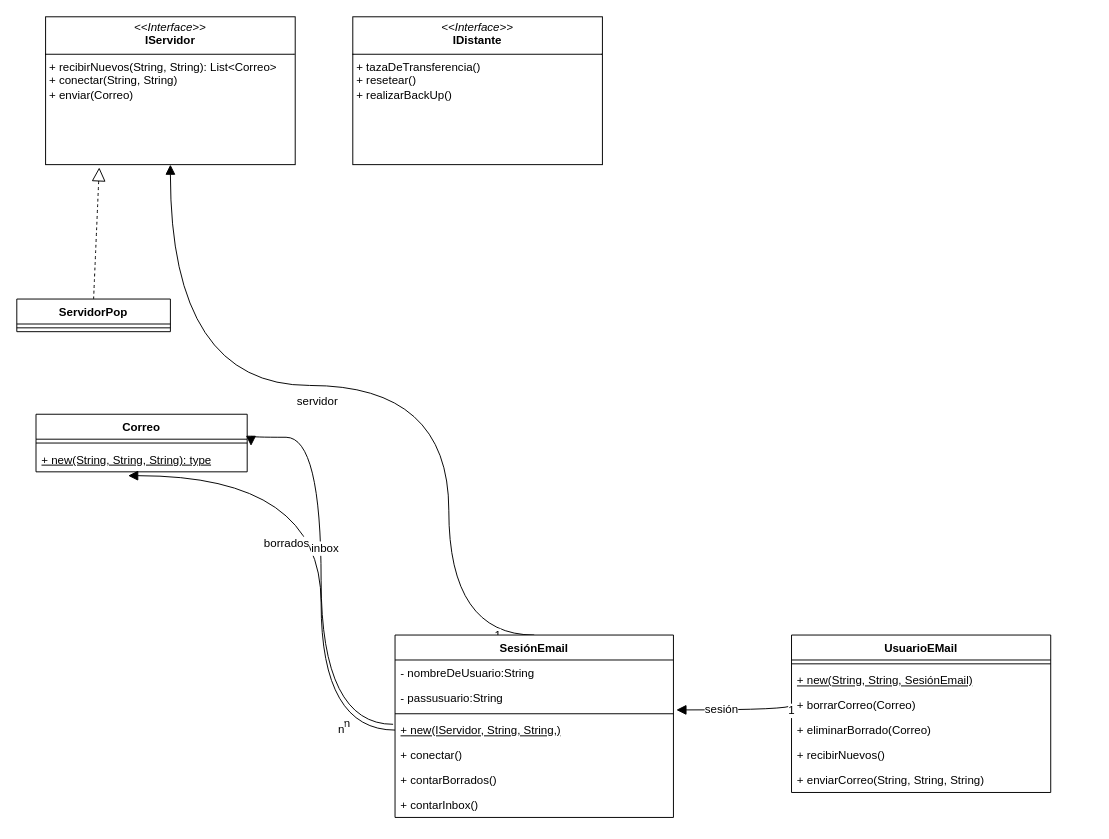
Matias-Francisco-Deo/Objetos-II keeps this draw.io diagram as src/tpsolid/tpsolid.drawio. Above is the earlier version. Source tidied: cells renumbered, new cells numbered last; positions are measured from the earlier drawing's top-left corner, leaving out a move shared by most shapes. Both pictures are drawn from the tidied source at 96%, with x=0, y=0 at pixel (16, 16).
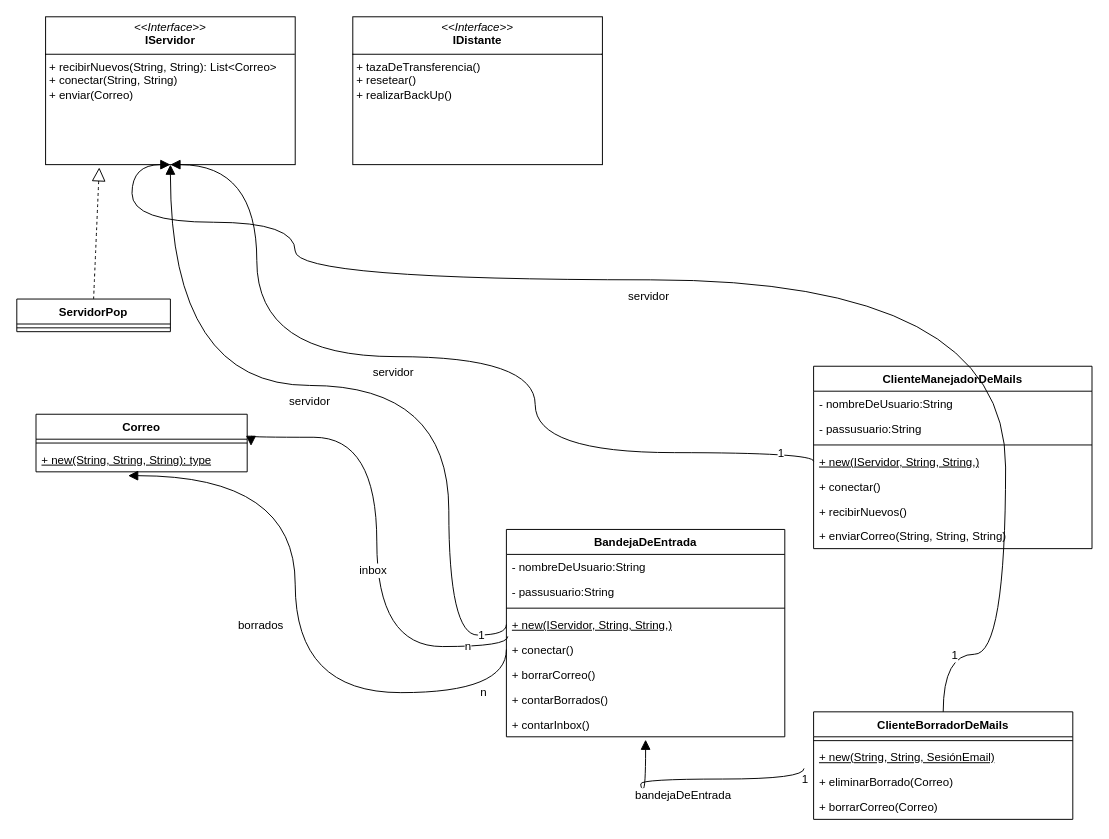
The same diagram, later.

The change refers to these unchanged cells:
```xml
<mxCell id="7" value="&lt;u&gt;+ new(String, String, String): type&lt;/u&gt;" style="text;strokeColor=none;fillColor=none;align=left;verticalAlign=top;spacingLeft=4;spacingRight=4;overflow=hidden;points=[[0,0.5],[1,0.5]];portConstraint=eastwest;whiteSpace=wrap;html=1;" parent="5" vertex="1">
  <mxGeometry y="34" width="220" height="26" as="geometry" />
</mxCell>
<mxCell id="10" value="&lt;p style=&quot;margin:0px;margin-top:4px;text-align:center;&quot;&gt;&lt;i&gt;&amp;lt;&amp;lt;Interface&amp;gt;&amp;gt;&lt;/i&gt;&lt;br&gt;&lt;b&gt;IServidor&lt;/b&gt;&lt;/p&gt;&lt;hr size=&quot;1&quot; style=&quot;border-style:solid;&quot;&gt;&lt;p style=&quot;margin:0px;margin-left:4px;&quot;&gt;+ recibirNuevos(String, String): List&amp;lt;Correo&amp;gt;&lt;br&gt;+ conectar(String, String)&lt;/p&gt;&lt;p style=&quot;margin:0px;margin-left:4px;&quot;&gt;+ enviar(Correo)&lt;br&gt;&lt;/p&gt;&lt;p style=&quot;margin:0px;margin-left:4px;&quot;&gt;&lt;br&gt;&lt;/p&gt;" style="verticalAlign=top;align=left;overflow=fill;html=1;whiteSpace=wrap;" parent="1" vertex="1">
  <mxGeometry x="30" width="260" height="154" as="geometry" />
</mxCell>
```

The edit, as a diff of the source:
```diff
@@
-    <mxCell id="2" style="endArrow=block;endFill=1;html=1;edgeStyle=orthogonalEdgeStyle;align=left;verticalAlign=top;rounded=0;fontSize=12;startSize=8;endSize=8;curved=1;exitX=0.5;exitY=0;exitDx=0;exitDy=0;entryX=0.5;entryY=1;entryDx=0;entryDy=0;" parent="1" edge="1" source="18" target="10">
+    <mxCell id="2" style="endArrow=block;endFill=1;html=1;edgeStyle=orthogonalEdgeStyle;align=left;verticalAlign=top;rounded=0;fontSize=12;startSize=8;endSize=8;curved=1;exitX=0;exitY=0.5;exitDx=0;exitDy=0;entryX=0.5;entryY=1;entryDx=0;entryDy=0;" parent="1" edge="1" source="50" target="10">
       <mxGeometry x="-1" relative="1" as="geometry">
         <Array as="points">
+          <mxPoint x="510" y="644" />
           <mxPoint x="450" y="644" />
           <mxPoint x="450" y="384" />
           <mxPoint x="160" y="384" />
         </Array>
       </mxGeometry>
     </mxCell>
@@
-    <mxCell id="12" style="endArrow=block;endFill=1;html=1;edgeStyle=orthogonalEdgeStyle;align=left;verticalAlign=top;rounded=0;fontSize=12;startSize=8;endSize=8;curved=1;exitX=-0.007;exitY=0.269;exitDx=0;exitDy=0;exitPerimeter=0;entryX=1.018;entryY=-0.038;entryDx=0;entryDy=0;entryPerimeter=0;" parent="1" edge="1" source="22" target="7">
+    <mxCell id="12" style="endArrow=block;endFill=1;html=1;edgeStyle=orthogonalEdgeStyle;align=left;verticalAlign=top;rounded=0;fontSize=12;startSize=8;endSize=8;curved=1;exitX=0.005;exitY=0.979;exitDx=0;exitDy=0;exitPerimeter=0;entryX=1.018;entryY=-0.038;entryDx=0;entryDy=0;entryPerimeter=0;" parent="1" edge="1" source="50" target="7">
       <mxGeometry x="-1" relative="1" as="geometry" />
     </mxCell>
@@
-    <mxCell id="14" style="endArrow=block;endFill=1;html=1;edgeStyle=orthogonalEdgeStyle;align=left;verticalAlign=top;rounded=0;fontSize=12;startSize=8;endSize=8;curved=1;exitX=0;exitY=0.5;exitDx=0;exitDy=0;entryX=0.436;entryY=1.154;entryDx=0;entryDy=0;entryPerimeter=0;" parent="1" edge="1" source="22" target="7">
-      <mxGeometry x="-1" relative="1" as="geometry" />
+    <mxCell id="14" style="endArrow=block;endFill=1;html=1;edgeStyle=orthogonalEdgeStyle;align=left;verticalAlign=top;rounded=0;fontSize=12;startSize=8;endSize=8;curved=1;exitX=0;exitY=0.5;exitDx=0;exitDy=0;entryX=0.436;entryY=1.154;entryDx=0;entryDy=0;entryPerimeter=0;" parent="1" edge="1" source="51" target="7">
+      <mxGeometry x="-1" relative="1" as="geometry">
+        <Array as="points">
+          <mxPoint x="510" y="704" />
+          <mxPoint x="290" y="704" />
+          <mxPoint x="290" y="478" />
+        </Array>
+      </mxGeometry>
     </mxCell>
     <mxCell id="15" value="inbox" style="edgeLabel;html=1;align=center;verticalAlign=middle;fontSize=12;" parent="14" vertex="1">
       <mxGeometry x="-0.19" y="-3" relative="1" as="geometry">
-        <mxPoint y="-47" as="offset" />
+        <mxPoint x="77" y="-124" as="offset" />
       </mxGeometry>
     </mxCell>
@@
-    <mxCell id="18" value="SesiónEmail" style="swimlane;fontStyle=1;align=center;verticalAlign=top;horizontal=1;startSize=26;whiteSpace=wrap;html=1;" parent="1" vertex="1">
-      <mxGeometry x="394" y="644" width="290" height="190" as="geometry" />
-    </mxCell>
-    <mxCell id="19" value="- nombreDeUsuario:String&amp;nbsp;" style="text;strokeColor=none;fillColor=none;align=left;verticalAlign=top;spacingLeft=4;spacingRight=4;overflow=hidden;whiteSpace=wrap;html=1;" parent="18" vertex="1">
-      <mxGeometry y="26" width="290" height="26" as="geometry" />
-    </mxCell>
-    <mxCell id="20" value="- passusuario:String" style="text;strokeColor=none;fillColor=none;align=left;verticalAlign=top;spacingLeft=4;spacingRight=4;overflow=hidden;whiteSpace=wrap;html=1;" parent="18" vertex="1">
-      <mxGeometry y="52" width="290" height="26" as="geometry" />
-    </mxCell>
-    <mxCell id="21" style="line;strokeWidth=1;fillColor=none;align=left;verticalAlign=middle;spacingTop=-1;spacingLeft=3;spacingRight=3;labelPosition=right;strokeColor=inherit;" parent="18" vertex="1">
-      <mxGeometry y="78" width="290" height="8" as="geometry" />
-    </mxCell>
-    <mxCell id="22" value="&lt;u&gt;+ new(IServidor, String, String,)&lt;/u&gt;" style="text;strokeColor=none;fillColor=none;align=left;verticalAlign=top;spacingLeft=4;spacingRight=4;overflow=hidden;points=[[0,0.5],[1,0.5]];portConstraint=eastwest;whiteSpace=wrap;html=1;" parent="18" vertex="1">
-      <mxGeometry y="86" width="290" height="26" as="geometry" />
-    </mxCell>
-    <mxCell id="23" value="+ conectar()" style="text;strokeColor=none;fillColor=none;align=left;verticalAlign=top;spacingLeft=4;spacingRight=4;overflow=hidden;whiteSpace=wrap;html=1;" parent="18" vertex="1">
-      <mxGeometry y="112" width="290" height="26" as="geometry" />
-    </mxCell>
-    <mxCell id="24" value="+ contarBorrados()" style="text;strokeColor=none;fillColor=none;align=left;verticalAlign=top;spacingLeft=4;spacingRight=4;overflow=hidden;whiteSpace=wrap;html=1;" parent="18" vertex="1">
-      <mxGeometry y="138" width="290" height="26" as="geometry" />
-    </mxCell>
-    <mxCell id="25" value="+ contarInbox()" style="text;strokeColor=none;fillColor=none;align=left;verticalAlign=top;spacingLeft=4;spacingRight=4;overflow=hidden;points=[[0,0.5],[1,0.5]];portConstraint=eastwest;whiteSpace=wrap;html=1;" parent="18" vertex="1">
-      <mxGeometry y="164" width="290" height="26" as="geometry" />
-    </mxCell>
@@
-    <mxCell id="27" value="UsuarioEMail" style="swimlane;fontStyle=1;align=center;verticalAlign=top;horizontal=1;startSize=26;whiteSpace=wrap;html=1;" parent="1" vertex="1">
-      <mxGeometry x="807" y="644" width="270" height="164" as="geometry" />
+    <mxCell id="27" value="ClienteBorradorDeMails" style="swimlane;fontStyle=1;align=center;verticalAlign=top;horizontal=1;startSize=26;whiteSpace=wrap;html=1;" parent="1" vertex="1">
+      <mxGeometry x="830" y="724" width="270" height="112" as="geometry" />
     </mxCell>
@@
+    <mxCell id="31" value="+ eliminarBorrado(Correo)" style="text;strokeColor=none;fillColor=none;align=left;verticalAlign=top;spacingLeft=4;spacingRight=4;overflow=hidden;whiteSpace=wrap;html=1;" parent="27" vertex="1">
+      <mxGeometry y="60" width="270" height="26" as="geometry" />
+    </mxCell>
     <mxCell id="30" value="+ borrarCorreo(Correo)" style="text;strokeColor=none;fillColor=none;align=left;verticalAlign=top;spacingLeft=4;spacingRight=4;overflow=hidden;whiteSpace=wrap;html=1;" parent="27" vertex="1">
-      <mxGeometry y="60" width="270" height="26" as="geometry" />
+      <mxGeometry y="86" width="270" height="26" as="geometry" />
     </mxCell>
-    <mxCell id="31" value="+ eliminarBorrado(Correo)" style="text;strokeColor=none;fillColor=none;align=left;verticalAlign=top;spacingLeft=4;spacingRight=4;overflow=hidden;whiteSpace=wrap;html=1;" parent="27" vertex="1">
-      <mxGeometry y="86" width="270" height="26" as="geometry" />
-    </mxCell>
+    <mxCell id="37" value="ClienteManejadorDeMails" style="swimlane;fontStyle=1;align=center;verticalAlign=top;horizontal=1;startSize=26;whiteSpace=wrap;html=1;" parent="1" vertex="1">
+      <mxGeometry x="830" y="364" width="290" height="190" as="geometry" />
+    </mxCell>
+    <mxCell id="38" value="- nombreDeUsuario:String&amp;nbsp;" style="text;strokeColor=none;fillColor=none;align=left;verticalAlign=top;spacingLeft=4;spacingRight=4;overflow=hidden;whiteSpace=wrap;html=1;" parent="37" vertex="1">
+      <mxGeometry y="26" width="290" height="26" as="geometry" />
+    </mxCell>
+    <mxCell id="39" value="- passusuario:String" style="text;strokeColor=none;fillColor=none;align=left;verticalAlign=top;spacingLeft=4;spacingRight=4;overflow=hidden;whiteSpace=wrap;html=1;" parent="37" vertex="1">
+      <mxGeometry y="52" width="290" height="26" as="geometry" />
+    </mxCell>
+    <mxCell id="40" style="line;strokeWidth=1;fillColor=none;align=left;verticalAlign=middle;spacingTop=-1;spacingLeft=3;spacingRight=3;labelPosition=right;strokeColor=inherit;" parent="37" vertex="1">
+      <mxGeometry y="78" width="290" height="8" as="geometry" />
+    </mxCell>
+    <mxCell id="41" value="&lt;u&gt;+ new(IServidor, String, String,)&lt;/u&gt;" style="text;strokeColor=none;fillColor=none;align=left;verticalAlign=top;spacingLeft=4;spacingRight=4;overflow=hidden;points=[[0,0.5],[1,0.5]];portConstraint=eastwest;whiteSpace=wrap;html=1;" parent="37" vertex="1">
+      <mxGeometry y="86" width="290" height="26" as="geometry" />
+    </mxCell>
+    <mxCell id="42" value="+ conectar()" style="text;strokeColor=none;fillColor=none;align=left;verticalAlign=top;spacingLeft=4;spacingRight=4;overflow=hidden;whiteSpace=wrap;html=1;" parent="37" vertex="1">
+      <mxGeometry y="112" width="290" height="26" as="geometry" />
+    </mxCell>
-    <mxCell id="32" value="+ recibirNuevos()" style="text;strokeColor=none;fillColor=none;align=left;verticalAlign=top;spacingLeft=4;spacingRight=4;overflow=hidden;whiteSpace=wrap;html=1;" parent="27" vertex="1">
-      <mxGeometry y="112" width="270" height="26" as="geometry" />
+    <mxCell id="32" value="+ recibirNuevos()" style="text;strokeColor=none;fillColor=none;align=left;verticalAlign=top;spacingLeft=4;spacingRight=4;overflow=hidden;whiteSpace=wrap;html=1;" parent="37" vertex="1">
+      <mxGeometry y="138" width="290" height="26" as="geometry" />
     </mxCell>
-    <mxCell id="33" value="+ enviarCorreo(String, String, String)" style="text;strokeColor=none;fillColor=none;align=left;verticalAlign=top;spacingLeft=4;spacingRight=4;overflow=hidden;whiteSpace=wrap;html=1;" parent="27" vertex="1">
-      <mxGeometry y="138" width="270" height="26" as="geometry" />
+    <mxCell id="33" value="+ enviarCorreo(String, String, String)" style="text;strokeColor=none;fillColor=none;align=left;verticalAlign=top;spacingLeft=4;spacingRight=4;overflow=hidden;whiteSpace=wrap;html=1;" parent="37" vertex="1">
+      <mxGeometry y="164" width="290" height="26" as="geometry" />
     </mxCell>
-    <mxCell id="34" style="endArrow=block;endFill=1;html=1;edgeStyle=orthogonalEdgeStyle;align=left;verticalAlign=top;rounded=0;fontSize=12;startSize=8;endSize=8;curved=1;exitX=0;exitY=0.5;exitDx=0;exitDy=0;entryX=1.01;entryY=1;entryDx=0;entryDy=0;entryPerimeter=0;" parent="1" edge="1">
-      <mxGeometry x="-1" relative="1" as="geometry">
-        <mxPoint x="807.1" y="717" as="sourcePoint" />
-        <mxPoint x="687" y="722" as="targetPoint" />
-        <Array as="points">
-          <mxPoint x="807.1" y="722" />
-        </Array>
-      </mxGeometry>
-    </mxCell>
-    <mxCell id="35" value="1" style="edgeLabel;html=1;align=center;verticalAlign=middle;fontSize=12;" parent="34" vertex="1">
-      <mxGeometry x="-0.91" relative="1" as="geometry" />
-    </mxCell>
-    <mxCell id="36" value="sesión" style="edgeLabel;html=1;align=center;verticalAlign=middle;fontSize=12;" parent="34" vertex="1">
-      <mxGeometry x="0.26" y="-1" relative="1" as="geometry" />
-    </mxCell>
+    <mxCell id="43" value="BandejaDeEntrada" style="swimlane;fontStyle=1;align=center;verticalAlign=top;horizontal=1;startSize=26;whiteSpace=wrap;html=1;" parent="1" vertex="1">
+      <mxGeometry x="510" y="534" width="290" height="216" as="geometry" />
+    </mxCell>
+    <mxCell id="44" style="endArrow=block;endFill=1;html=1;edgeStyle=orthogonalEdgeStyle;align=left;verticalAlign=top;rounded=0;fontSize=12;startSize=8;endSize=8;curved=1;entryX=0.5;entryY=1.115;entryDx=0;entryDy=0;entryPerimeter=0;" parent="43" edge="1" target="25">
+      <mxGeometry x="-1" relative="1" as="geometry">
+        <mxPoint x="310" y="249" as="sourcePoint" />
+        <Array as="points">
+          <mxPoint x="310" y="260" />
+          <mxPoint x="140" y="260" />
+          <mxPoint x="140" y="270" />
+          <mxPoint x="145" y="270" />
+        </Array>
+      </mxGeometry>
+    </mxCell>
+    <mxCell id="45" value="bandejaDeEntrada" style="edgeLabel;html=1;align=center;verticalAlign=middle;fontSize=12;" parent="44" vertex="1">
+      <mxGeometry x="0.12" y="16" relative="1" as="geometry" />
+    </mxCell>
+    <mxCell id="46" value="1" style="edgeLabel;html=1;align=center;verticalAlign=middle;fontSize=12;" parent="44" vertex="1">
+      <mxGeometry x="-0.91" relative="1" as="geometry" />
+    </mxCell>
+    <mxCell id="47" value="- nombreDeUsuario:String&amp;nbsp;" style="text;strokeColor=none;fillColor=none;align=left;verticalAlign=top;spacingLeft=4;spacingRight=4;overflow=hidden;whiteSpace=wrap;html=1;" parent="43" vertex="1">
+      <mxGeometry y="26" width="290" height="26" as="geometry" />
+    </mxCell>
+    <mxCell id="48" value="- passusuario:String" style="text;strokeColor=none;fillColor=none;align=left;verticalAlign=top;spacingLeft=4;spacingRight=4;overflow=hidden;whiteSpace=wrap;html=1;" parent="43" vertex="1">
+      <mxGeometry y="52" width="290" height="26" as="geometry" />
+    </mxCell>
+    <mxCell id="49" style="line;strokeWidth=1;fillColor=none;align=left;verticalAlign=middle;spacingTop=-1;spacingLeft=3;spacingRight=3;labelPosition=right;strokeColor=inherit;" parent="43" vertex="1">
+      <mxGeometry y="78" width="290" height="8" as="geometry" />
+    </mxCell>
+    <mxCell id="50" value="&lt;u&gt;+ new(IServidor, String, String,)&lt;/u&gt;" style="text;strokeColor=none;fillColor=none;align=left;verticalAlign=top;spacingLeft=4;spacingRight=4;overflow=hidden;points=[[0,0.5],[1,0.5]];portConstraint=eastwest;whiteSpace=wrap;html=1;" parent="43" vertex="1">
+      <mxGeometry y="86" width="290" height="26" as="geometry" />
+    </mxCell>
+    <mxCell id="51" value="+ conectar()" style="text;strokeColor=none;fillColor=none;align=left;verticalAlign=top;spacingLeft=4;spacingRight=4;overflow=hidden;points=[[0,0.5],[1,0.5]];portConstraint=eastwest;whiteSpace=wrap;html=1;" parent="43" vertex="1">
+      <mxGeometry y="112" width="290" height="26" as="geometry" />
+    </mxCell>
+    <mxCell id="52" value="+ borrarCorreo()" style="text;strokeColor=none;fillColor=none;align=left;verticalAlign=top;spacingLeft=4;spacingRight=4;overflow=hidden;whiteSpace=wrap;html=1;" parent="43" vertex="1">
+      <mxGeometry y="138" width="290" height="26" as="geometry" />
+    </mxCell>
+    <mxCell id="24" value="+ contarBorrados()" style="text;strokeColor=none;fillColor=none;align=left;verticalAlign=top;spacingLeft=4;spacingRight=4;overflow=hidden;whiteSpace=wrap;html=1;" parent="43" vertex="1">
+      <mxGeometry y="164" width="290" height="26" as="geometry" />
+    </mxCell>
+    <mxCell id="25" value="+ contarInbox()" style="text;strokeColor=none;fillColor=none;align=left;verticalAlign=top;spacingLeft=4;spacingRight=4;overflow=hidden;points=[[0,0.5],[1,0.5]];portConstraint=eastwest;whiteSpace=wrap;html=1;" parent="43" vertex="1">
+      <mxGeometry y="190" width="290" height="26" as="geometry" />
+    </mxCell>
+    <mxCell id="53" style="endArrow=block;endFill=1;html=1;edgeStyle=orthogonalEdgeStyle;align=left;verticalAlign=top;rounded=0;fontSize=12;startSize=8;endSize=8;curved=1;exitX=0;exitY=0.5;exitDx=0;exitDy=0;entryX=0.5;entryY=1;entryDx=0;entryDy=0;" parent="1" edge="1" source="41" target="10">
+      <mxGeometry x="-1" relative="1" as="geometry">
+        <Array as="points">
+          <mxPoint x="830" y="454" />
+          <mxPoint x="540" y="454" />
+          <mxPoint x="540" y="354" />
+          <mxPoint x="250" y="354" />
+          <mxPoint x="250" y="154" />
+        </Array>
+      </mxGeometry>
+    </mxCell>
+    <mxCell id="54" value="servidor" style="edgeLabel;html=1;align=center;verticalAlign=middle;fontSize=12;" parent="53" vertex="1">
+      <mxGeometry x="0.12" y="16" relative="1" as="geometry" />
+    </mxCell>
+    <mxCell id="55" value="1" style="edgeLabel;html=1;align=center;verticalAlign=middle;fontSize=12;" parent="53" vertex="1">
+      <mxGeometry x="-0.91" relative="1" as="geometry" />
+    </mxCell>
+    <mxCell id="56" style="endArrow=block;endFill=1;html=1;edgeStyle=orthogonalEdgeStyle;align=left;verticalAlign=top;rounded=0;fontSize=12;startSize=8;endSize=8;curved=1;exitX=0.5;exitY=0;exitDx=0;exitDy=0;entryX=0.5;entryY=1;entryDx=0;entryDy=0;" parent="1" edge="1" source="27" target="10">
+      <mxGeometry x="-1" relative="1" as="geometry">
+        <Array as="points">
+          <mxPoint x="965" y="664" />
+          <mxPoint x="1030" y="664" />
+          <mxPoint x="1030" y="274" />
+          <mxPoint x="290" y="274" />
+          <mxPoint x="290" y="214" />
+          <mxPoint x="120" y="214" />
+          <mxPoint x="120" y="154" />
+        </Array>
+      </mxGeometry>
+    </mxCell>
+    <mxCell id="57" value="servidor" style="edgeLabel;html=1;align=center;verticalAlign=middle;fontSize=12;" parent="56" vertex="1">
+      <mxGeometry x="0.12" y="16" relative="1" as="geometry" />
+    </mxCell>
+    <mxCell id="58" value="1" style="edgeLabel;html=1;align=center;verticalAlign=middle;fontSize=12;" parent="56" vertex="1">
+      <mxGeometry x="-0.91" relative="1" as="geometry" />
+    </mxCell>
```
